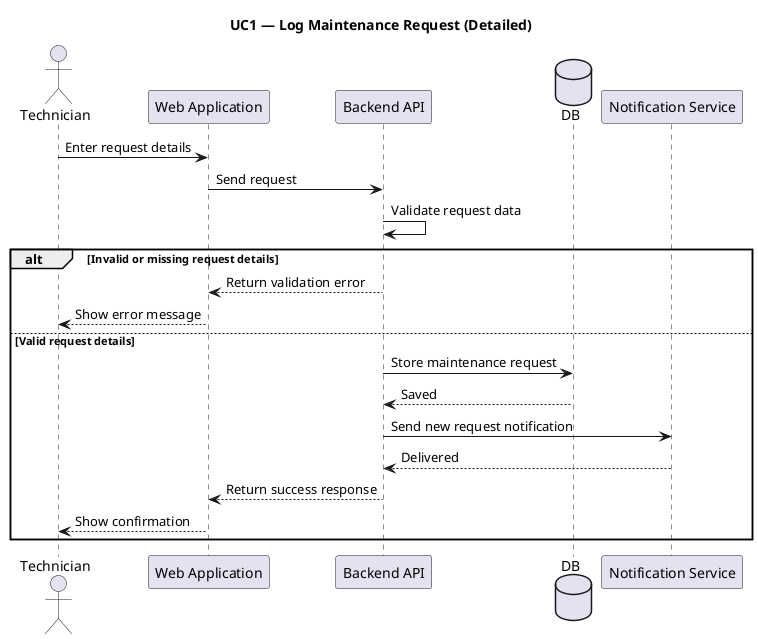
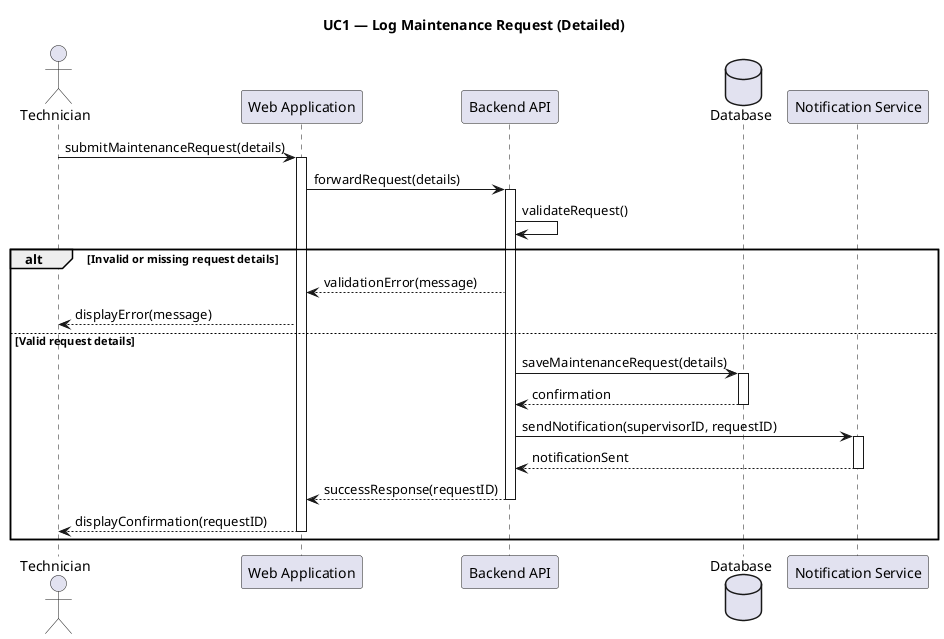
- @startuml
+ @startuml UC1_Detailed_Flow
title UC1 — Log Maintenance Request (Detailed)

actor Technician
participant "Web Application" as Web
participant "Backend API" as API
- database "DB" as DB
+ database "Database" as DB
participant "Notification Service" as Notif

- Technician -> Web : Enter request details
- Web -> API : Send request
- API -> API : Validate request data
+ Technician -> Web : submitMaintenanceRequest(details)
+ activate Web
+ Web -> API : forwardRequest(details)
+ activate API
+ 
+ API -> API : validateRequest()

alt Invalid or missing request details
-     API --> Web : Return validation error
-     Web --> Technician : Show error message
+     API --> Web : validationError(message)
+     Web --> Technician : displayError(message)
else Valid request details
-     API -> DB : Store maintenance request
-     DB --> API : Saved
+     API -> DB : saveMaintenanceRequest(details)
+     activate DB
+     DB --> API : confirmation
+     deactivate DB

-     API -> Notif : Send new request notification
-     Notif --> API : Delivered
+     API -> Notif : sendNotification(supervisorID, requestID)
+     activate Notif
+     Notif --> API : notificationSent
+     deactivate Notif

-     API --> Web : Return success response
-     Web --> Technician : Show confirmation
+     API --> Web : successResponse(requestID)
+     deactivate API
+     Web --> Technician : displayConfirmation(requestID)
+     deactivate Web
end
- 
- @enduml
+ @enduml